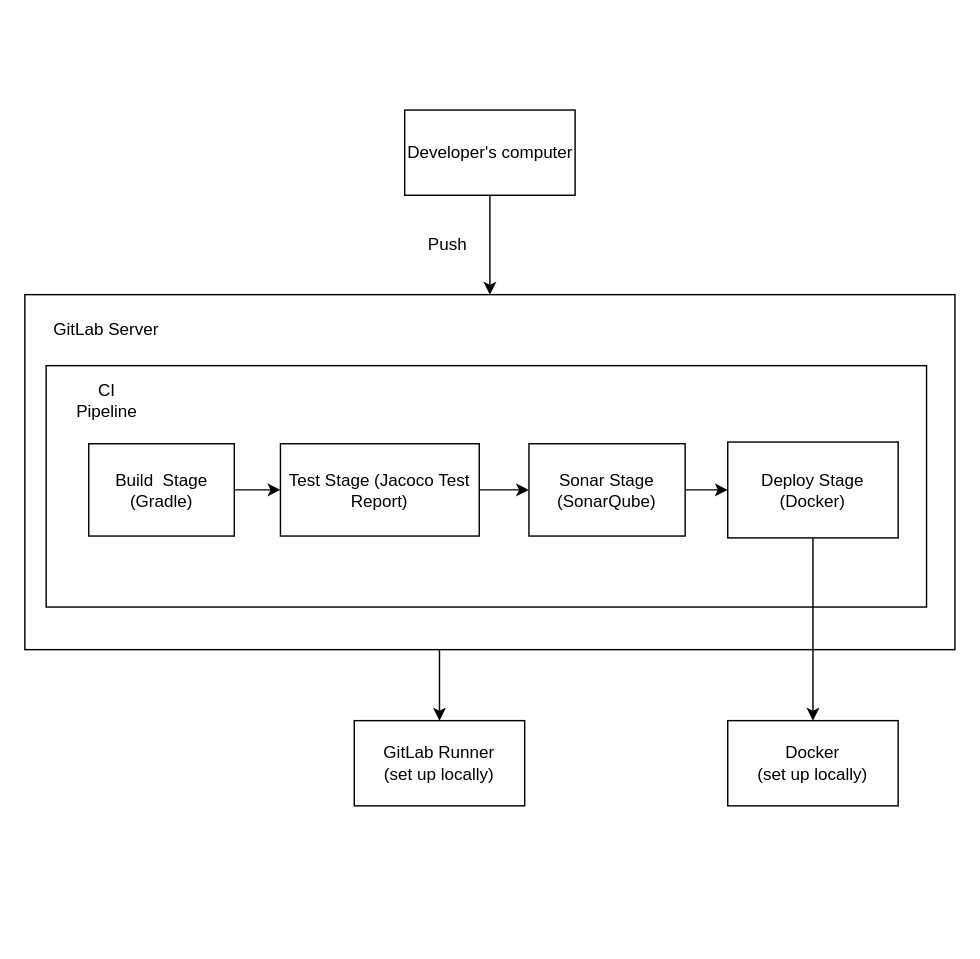
Before: Documentation/Diagrams/CI_Diagram.drawio in MihaiCatalin22/GameHubBE, a draw.io diagram. Source tidied: cells renumbered, new cells numbered last; positions are measured from the earlier drawing's top-left corner, leaving out a move shared by most shapes. Both pictures are drawn from the tidied source at 142%, with x=0, y=0 at pixel (24, 109).
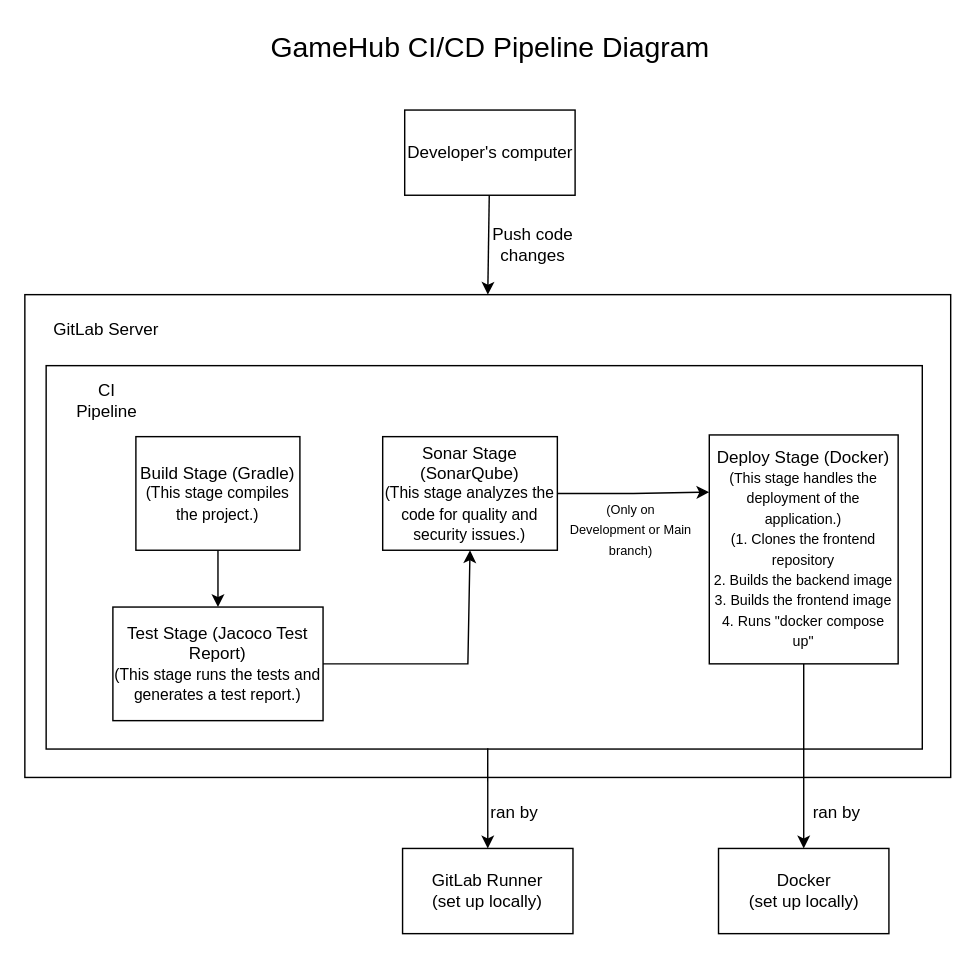
The same diagram, later.

Change to the diagram source:
```diff
@@
     <mxCell id="3" style="rounded=0;whiteSpace=wrap;html=1;" parent="1" vertex="1">
-      <mxGeometry y="130" width="655" height="250" as="geometry" />
+      <mxGeometry y="130" width="652" height="340" as="geometry" />
     </mxCell>
     <mxCell id="4" style="rounded=0;whiteSpace=wrap;html=1;" parent="1" vertex="1">
-      <mxGeometry x="15" y="180" width="620" height="170" as="geometry" />
+      <mxGeometry x="15" y="180" width="617" height="270" as="geometry" />
     </mxCell>
@@
+    <mxCell id="11" style="edgeStyle=orthogonalEdgeStyle;rounded=0;jettySize=auto;html=1;" parent="1" edge="1" source="7" target="8">
+      <mxGeometry relative="1" as="geometry" />
+    </mxCell>
-    <mxCell id="7" value="Build&amp;nbsp; Stage (Gradle)" style="rounded=0;whiteSpace=wrap;html=1;" parent="1" vertex="1">
-      <mxGeometry x="45" y="235" width="102.5" height="65" as="geometry" />
+    <mxCell id="7" value="Build Stage (Gradle)&lt;br&gt;&lt;font style=&quot;font-size: 11px;&quot;&gt;(This stage compiles the project.)&lt;/font&gt;" style="rounded=0;whiteSpace=wrap;html=1;" parent="1" vertex="1">
+      <mxGeometry x="78.2" y="230" width="115.5" height="80" as="geometry" />
     </mxCell>
-    <mxCell id="8" value="Test Stage (Jacoco Test Report)" style="rounded=0;whiteSpace=wrap;html=1;" parent="1" vertex="1">
-      <mxGeometry x="180" y="235" width="140" height="65" as="geometry" />
+    <mxCell id="8" value="Test Stage (Jacoco Test Report) &lt;br&gt;&lt;font style=&quot;font-size: 11px;&quot;&gt;(This stage runs the tests and generates a test report.)&lt;/font&gt;" style="rounded=0;whiteSpace=wrap;html=1;" parent="1" vertex="1">
+      <mxGeometry x="62" y="350" width="148" height="80" as="geometry" />
     </mxCell>
-    <mxCell id="9" style="edgeStyle=orthogonalEdgeStyle;rounded=0;jettySize=auto;html=1;entryX=0;entryY=0.5;entryDx=0;entryDy=0;" parent="1" edge="1" source="10" target="18">
+    <mxCell id="9" style="edgeStyle=orthogonalEdgeStyle;rounded=0;jettySize=auto;html=1;entryX=0;entryY=0.25;entryDx=0;entryDy=0;" parent="1" edge="1" source="10" target="18">
       <mxGeometry relative="1" as="geometry" />
     </mxCell>
-    <mxCell id="10" value="Sonar Stage (SonarQube)" style="rounded=0;whiteSpace=wrap;html=1;" parent="1" vertex="1">
-      <mxGeometry x="355" y="235" width="110" height="65" as="geometry" />
+    <mxCell id="10" value="Sonar Stage (SonarQube)&lt;br&gt;&lt;font style=&quot;font-size: 11px;&quot;&gt;(This stage analyzes the code for quality and security issues.)&lt;/font&gt;" style="rounded=0;whiteSpace=wrap;html=1;" parent="1" vertex="1">
+      <mxGeometry x="252" y="230" width="123" height="80" as="geometry" />
     </mxCell>
-    <mxCell id="11" style="endArrow=classic;html=1;rounded=0;exitX=1;exitY=0.5;exitDx=0;exitDy=0;entryX=0;entryY=0.5;entryDx=0;entryDy=0;" parent="1" edge="1" source="7" target="8">
-      <mxGeometry relative="1" as="geometry" />
-    </mxCell>
@@
-    <mxCell id="13" style="endArrow=classic;html=1;rounded=0;exitX=1;exitY=0.5;exitDx=0;exitDy=0;entryX=0;entryY=0.5;entryDx=0;entryDy=0;" parent="1" edge="1" source="8" target="10">
-      <mxGeometry relative="1" as="geometry" />
+    <mxCell id="13" style="endArrow=classic;html=1;rounded=0;exitX=1;exitY=0.5;exitDx=0;exitDy=0;entryX=0.5;entryY=1;entryDx=0;entryDy=0;" parent="1" edge="1" source="8" target="10">
+      <mxGeometry relative="1" as="geometry">
+        <Array as="points">
+          <mxPoint x="312" y="390" />
+        </Array>
+      </mxGeometry>
     </mxCell>
-    <mxCell id="14" style="endArrow=classic;html=1;rounded=0;entryX=0.5;entryY=0;entryDx=0;entryDy=0;" parent="1" edge="1" target="15">
-      <mxGeometry relative="1" as="geometry">
-        <mxPoint x="292" y="380" as="sourcePoint" />
-      </mxGeometry>
+    <mxCell id="14" style="endArrow=classic;html=1;rounded=0;entryX=0.5;entryY=0;entryDx=0;entryDy=0;exitX=0.504;exitY=0.998;exitDx=0;exitDy=0;exitPerimeter=0;" parent="1" edge="1" source="4" target="15">
+      <mxGeometry relative="1" as="geometry" />
     </mxCell>
     <mxCell id="15" value="GitLab Runner&lt;br&gt;(set up locally)" style="rounded=0;whiteSpace=wrap;html=1;" parent="1" vertex="1">
-      <mxGeometry x="232" y="430" width="120" height="60" as="geometry" />
+      <mxGeometry x="266" y="520" width="120" height="60" as="geometry" />
     </mxCell>
-    <mxCell id="16" value="Push" style="text;html=1;align=center;verticalAlign=middle;whiteSpace=wrap;rounded=0;" parent="1" vertex="1">
-      <mxGeometry x="267.5" y="80" width="60" height="30" as="geometry" />
+    <mxCell id="16" value="Push code changes" style="text;html=1;align=center;verticalAlign=middle;whiteSpace=wrap;rounded=0;" parent="1" vertex="1">
+      <mxGeometry x="327.5" y="80" width="60" height="30" as="geometry" />
     </mxCell>
@@
-    <mxCell id="18" value="Deploy Stage&lt;br&gt;(Docker)" style="rounded=0;whiteSpace=wrap;html=1;" parent="1" vertex="1">
-      <mxGeometry x="495" y="233.8" width="120" height="67.5" as="geometry" />
+    <mxCell id="18" value="Deploy Stage (Docker)&lt;br&gt;&lt;font style=&quot;font-size: 10px;&quot;&gt;(This stage handles the deployment of the application.)&lt;br&gt;(1. Clones the frontend repository&lt;br&gt;2. Builds the backend image&lt;br&gt;3. Builds the frontend image&lt;br&gt;4. Runs &quot;docker compose up&quot;&lt;/font&gt;" style="rounded=0;whiteSpace=wrap;html=1;" parent="1" vertex="1">
+      <mxGeometry x="482" y="228.8" width="133" height="161.2" as="geometry" />
     </mxCell>
     <mxCell id="19" value="Docker&lt;br&gt;(set up locally)" style="rounded=0;whiteSpace=wrap;html=1;" parent="1" vertex="1">
-      <mxGeometry x="495" y="430" width="120" height="60" as="geometry" />
+      <mxGeometry x="488.5" y="520" width="120" height="60" as="geometry" />
     </mxCell>
+    <mxCell id="20" value="&lt;font style=&quot;font-size: 9px;&quot;&gt;(Only on Development or Main branch)&lt;/font&gt;" style="text;html=1;align=center;verticalAlign=middle;whiteSpace=wrap;rounded=0;" parent="1" vertex="1">
+      <mxGeometry x="382" y="280" width="90" height="30" as="geometry" />
+    </mxCell>
+    <mxCell id="21" value="GameHub CI/CD Pipeline Diagram" style="text;html=1;align=center;verticalAlign=middle;whiteSpace=wrap;rounded=0;fontSize=20;" parent="1" vertex="1">
+      <mxGeometry x="171.5" y="-60" width="312" height="30" as="geometry" />
+    </mxCell>
+    <mxCell id="22" value="ran by" style="text;html=1;align=center;verticalAlign=middle;whiteSpace=wrap;rounded=0;" parent="1" vertex="1">
+      <mxGeometry x="315" y="480" width="60" height="30" as="geometry" />
+    </mxCell>
+    <mxCell id="23" value="ran by" style="text;html=1;align=center;verticalAlign=middle;whiteSpace=wrap;rounded=0;" parent="1" vertex="1">
+      <mxGeometry x="542" y="480" width="60" height="30" as="geometry" />
+    </mxCell>
```
